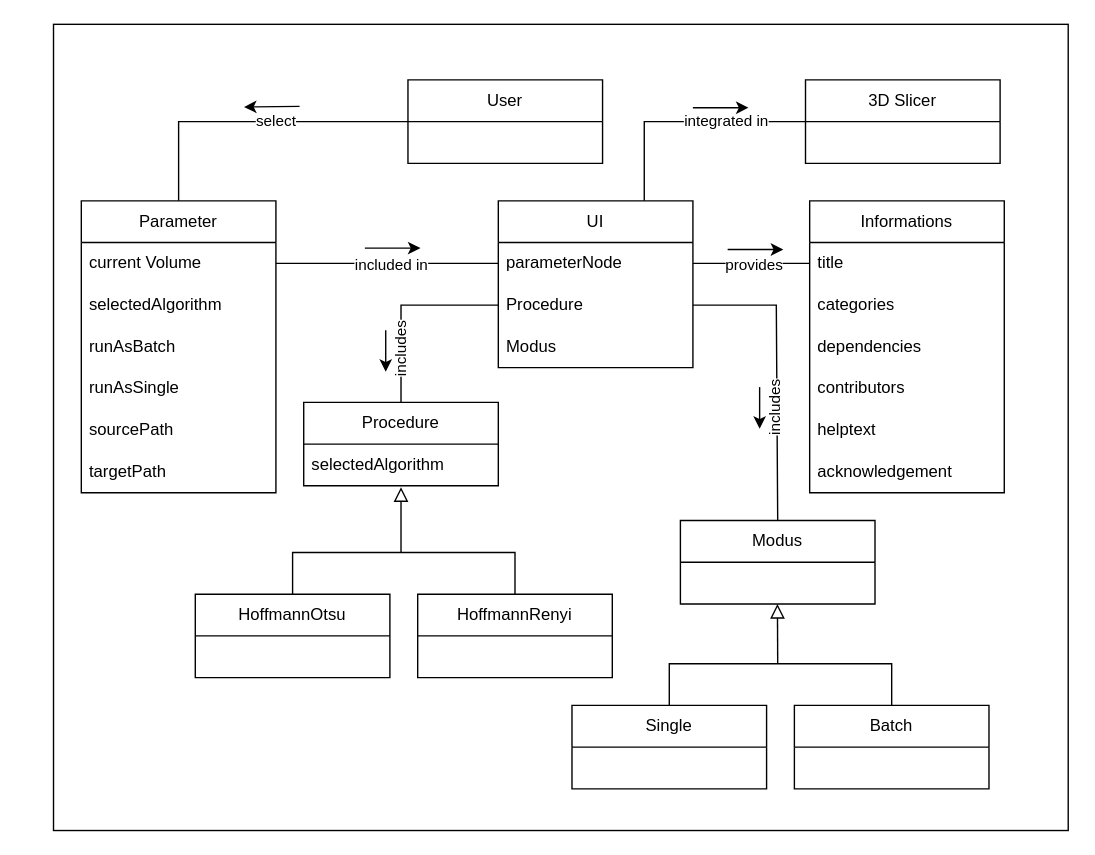
Above: page "Domänenmodell" (2 of 7) of diagrams/3d_slicer_extension-3-3.drawio in lukaskonietzka/abschlussarbeit (draw.io), before the change. Source tidied: cells renumbered, new cells numbered last; positions are measured from the earlier drawing's top-left corner, leaving out a move shared by most shapes. Both pictures are drawn from the tidied source at 139%, with x=0, y=0 at pixel (53, 24).
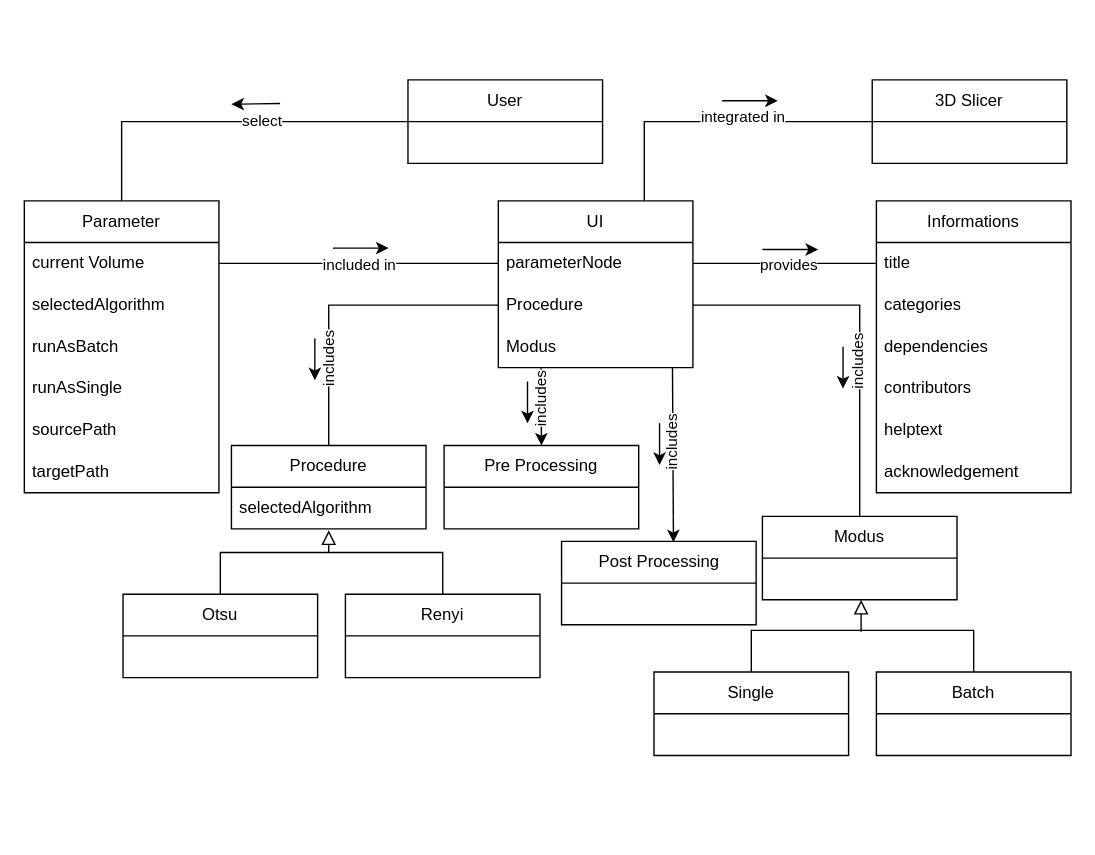
The same diagram, later.

The change refers to these unchanged cells:
```xml
<mxCell id="5" value="Procedure" style="text;strokeColor=none;fillColor=none;align=left;verticalAlign=middle;spacingLeft=4;spacingRight=4;overflow=hidden;points=[[0,0.5],[1,0.5]];portConstraint=eastwest;whiteSpace=wrap;html=1;" parent="3" vertex="1">
  <mxGeometry y="60" width="140" height="30" as="geometry" />
</mxCell>
<mxCell id="6" value="Modus" style="text;strokeColor=none;fillColor=none;align=left;verticalAlign=middle;spacingLeft=4;spacingRight=4;overflow=hidden;points=[[0,0.5],[1,0.5]];portConstraint=eastwest;whiteSpace=wrap;html=1;" parent="3" vertex="1">
  <mxGeometry y="90" width="140" height="30" as="geometry" />
</mxCell>
<mxCell id="25" value="User" style="swimlane;fontStyle=0;horizontal=1;startSize=30;whiteSpace=wrap;html=1;" parent="1" vertex="1">
  <mxGeometry x="255" y="40" width="140" height="60" as="geometry" />
</mxCell>
<mxCell id="31" value="selectedAlgorithm" style="text;strokeColor=none;fillColor=none;align=left;verticalAlign=middle;spacingLeft=4;spacingRight=4;overflow=hidden;points=[[0,0.5],[1,0.5]];portConstraint=eastwest;whiteSpace=wrap;html=1;" parent="30" vertex="1">
  <mxGeometry y="30" width="140" height="30" as="geometry" />
</mxCell>
```

What changed in the source:
```diff
@@
-    <mxCell id="2" style="rounded=0;whiteSpace=wrap;html=1;" parent="1" vertex="1">
-      <mxGeometry width="730" height="580" as="geometry" />
-    </mxCell>
@@
     <mxCell id="7" value="Informations" style="swimlane;fontStyle=0;horizontal=1;startSize=30;whiteSpace=wrap;html=1;" parent="1" vertex="1">
-      <mxGeometry x="544" y="127" width="140" height="210" as="geometry" />
+      <mxGeometry x="592" y="127" width="140" height="210" as="geometry" />
     </mxCell>
@@
     <mxCell id="14" value="Parameter" style="swimlane;fontStyle=0;horizontal=1;startSize=30;whiteSpace=wrap;html=1;" parent="1" vertex="1">
-      <mxGeometry x="20" y="127" width="140" height="210" as="geometry" />
+      <mxGeometry x="-21" y="127" width="140" height="210" as="geometry" />
     </mxCell>
@@
     <mxCell id="26" value="Modus" style="swimlane;fontStyle=0;horizontal=1;startSize=30;whiteSpace=wrap;html=1;" parent="1" vertex="1">
-      <mxGeometry x="451" y="357" width="140" height="60" as="geometry" />
+      <mxGeometry x="510" y="354" width="140" height="60" as="geometry" />
     </mxCell>
     <mxCell id="27" value="Single" style="swimlane;fontStyle=0;horizontal=1;startSize=30;whiteSpace=wrap;html=1;" parent="1" vertex="1">
-      <mxGeometry x="373" y="490" width="140" height="60" as="geometry" />
+      <mxGeometry x="432" y="466" width="140" height="60" as="geometry" />
     </mxCell>
     <mxCell id="28" value="Batch" style="swimlane;fontStyle=0;horizontal=1;startSize=30;whiteSpace=wrap;html=1;" parent="1" vertex="1">
-      <mxGeometry x="533" y="490" width="140" height="60" as="geometry" />
+      <mxGeometry x="592" y="466" width="140" height="60" as="geometry" />
     </mxCell>
     <mxCell id="29" style="endArrow=none;html=1;rounded=0;exitX=0.5;exitY=0;exitDx=0;exitDy=0;entryX=0.5;entryY=0;entryDx=0;entryDy=0;" parent="1" edge="1" source="27" target="28">
       <mxGeometry relative="1" as="geometry">
         <Array as="points">
-          <mxPoint x="443" y="460" />
-          <mxPoint x="603" y="460" />
+          <mxPoint x="502" y="436" />
+          <mxPoint x="662" y="436" />
         </Array>
       </mxGeometry>
     </mxCell>
     <mxCell id="30" value="Procedure" style="swimlane;fontStyle=0;horizontal=1;startSize=30;whiteSpace=wrap;html=1;" parent="1" vertex="1">
-      <mxGeometry x="180" y="272" width="140" height="60" as="geometry" />
+      <mxGeometry x="128" y="303" width="140" height="60" as="geometry" />
     </mxCell>
@@
-    <mxCell id="32" value="HoffmannOtsu" style="swimlane;fontStyle=0;horizontal=1;startSize=30;whiteSpace=wrap;html=1;" parent="1" vertex="1">
-      <mxGeometry x="102" y="410" width="140" height="60" as="geometry" />
+    <mxCell id="32" value="Otsu" style="swimlane;fontStyle=0;horizontal=1;startSize=30;whiteSpace=wrap;html=1;" parent="1" vertex="1">
+      <mxGeometry x="50" y="410" width="140" height="60" as="geometry" />
     </mxCell>
-    <mxCell id="33" value="HoffmannRenyi" style="swimlane;fontStyle=0;horizontal=1;startSize=30;whiteSpace=wrap;html=1;" parent="1" vertex="1">
-      <mxGeometry x="262" y="410" width="140" height="60" as="geometry" />
+    <mxCell id="33" value="Renyi" style="swimlane;fontStyle=0;horizontal=1;startSize=30;whiteSpace=wrap;html=1;" parent="1" vertex="1">
+      <mxGeometry x="210" y="410" width="140" height="60" as="geometry" />
     </mxCell>
     <mxCell id="34" style="endArrow=block;html=1;rounded=0;align=center;verticalAlign=bottom;endFill=0;labelBackgroundColor=none;endSize=8;entryX=0.5;entryY=1.033;entryDx=0;entryDy=0;entryPerimeter=0;" parent="1" edge="1" target="31">
       <mxGeometry relative="1" as="geometry">
-        <mxPoint x="250" y="380" as="sourcePoint" />
+        <mxPoint x="198" y="380" as="sourcePoint" />
       </mxGeometry>
     </mxCell>
@@
     <mxCell id="36" style="endArrow=none;html=1;rounded=0;exitX=0.5;exitY=0;exitDx=0;exitDy=0;entryX=0.5;entryY=0;entryDx=0;entryDy=0;" parent="1" edge="1" source="32" target="33">
       <mxGeometry relative="1" as="geometry">
         <Array as="points">
-          <mxPoint x="172" y="380" />
-          <mxPoint x="332" y="380" />
+          <mxPoint x="120" y="380" />
+          <mxPoint x="280" y="380" />
         </Array>
       </mxGeometry>
     </mxCell>
     <mxCell id="37" style="endArrow=none;html=1;rounded=0;entryX=0;entryY=0.5;entryDx=0;entryDy=0;exitX=0.5;exitY=0;exitDx=0;exitDy=0;" parent="1" edge="1" source="14" target="25">
       <mxGeometry relative="1" as="geometry">
         <Array as="points">
-          <mxPoint x="90" y="70" />
+          <mxPoint x="49" y="70" />
         </Array>
       </mxGeometry>
     </mxCell>
@@
     <mxCell id="39" style="endArrow=none;html=1;rounded=0;exitX=0.5;exitY=0;exitDx=0;exitDy=0;entryX=1;entryY=0.5;entryDx=0;entryDy=0;" parent="1" edge="1" source="26" target="5">
       <mxGeometry relative="1" as="geometry">
         <Array as="points">
-          <mxPoint x="520" y="202" />
+          <mxPoint x="580" y="202" />
         </Array>
       </mxGeometry>
     </mxCell>
@@
     <mxCell id="41" style="endArrow=none;html=1;rounded=0;exitX=0.5;exitY=0;exitDx=0;exitDy=0;entryX=0;entryY=0.5;entryDx=0;entryDy=0;" parent="1" edge="1" source="30" target="5">
       <mxGeometry relative="1" as="geometry">
         <Array as="points">
-          <mxPoint x="250" y="202" />
+          <mxPoint x="198" y="202" />
         </Array>
       </mxGeometry>
     </mxCell>
@@
     <mxCell id="43" value="3D Slicer" style="swimlane;fontStyle=0;horizontal=1;startSize=30;whiteSpace=wrap;html=1;" parent="1" vertex="1">
-      <mxGeometry x="541" y="40" width="140" height="60" as="geometry" />
+      <mxGeometry x="589" y="40" width="140" height="60" as="geometry" />
     </mxCell>
@@
     <mxCell id="46" style="endArrow=classic;html=1;rounded=0;" parent="1" edge="1">
       <mxGeometry relative="1" as="geometry">
-        <mxPoint x="460" y="60" as="sourcePoint" />
-        <mxPoint x="500" y="60" as="targetPoint" />
+        <mxPoint x="481" y="55" as="sourcePoint" />
+        <mxPoint x="521" y="55" as="targetPoint" />
       </mxGeometry>
     </mxCell>
     <mxCell id="47" style="endArrow=classic;html=1;rounded=0;" parent="1" edge="1">
       <mxGeometry relative="1" as="geometry">
-        <mxPoint x="485" y="162" as="sourcePoint" />
-        <mxPoint x="525" y="162" as="targetPoint" />
+        <mxPoint x="510" y="162" as="sourcePoint" />
+        <mxPoint x="550" y="162" as="targetPoint" />
       </mxGeometry>
     </mxCell>
     <mxCell id="48" style="endArrow=classic;html=1;rounded=0;" parent="1" edge="1">
       <mxGeometry relative="1" as="geometry">
-        <mxPoint x="224" y="161" as="sourcePoint" />
-        <mxPoint x="264" y="161" as="targetPoint" />
+        <mxPoint x="201" y="161" as="sourcePoint" />
+        <mxPoint x="241" y="161" as="targetPoint" />
       </mxGeometry>
     </mxCell>
     <mxCell id="49" style="endArrow=classic;html=1;rounded=0;" parent="1" edge="1">
       <mxGeometry relative="1" as="geometry">
-        <mxPoint x="508" y="261" as="sourcePoint" />
-        <mxPoint x="508" y="291" as="targetPoint" />
+        <mxPoint x="568" y="232" as="sourcePoint" />
+        <mxPoint x="568" y="262" as="targetPoint" />
       </mxGeometry>
     </mxCell>
     <mxCell id="50" style="endArrow=classic;html=1;rounded=0;" parent="1" edge="1">
       <mxGeometry relative="1" as="geometry">
-        <mxPoint x="239" y="220" as="sourcePoint" />
-        <mxPoint x="239" y="250" as="targetPoint" />
+        <mxPoint x="188" y="226" as="sourcePoint" />
+        <mxPoint x="188" y="256" as="targetPoint" />
       </mxGeometry>
     </mxCell>
     <mxCell id="51" style="endArrow=classic;html=1;rounded=0;" parent="1" edge="1">
       <mxGeometry relative="1" as="geometry">
-        <mxPoint x="177" y="59" as="sourcePoint" />
-        <mxPoint x="137" y="59.5" as="targetPoint" />
+        <mxPoint x="163" y="57" as="sourcePoint" />
+        <mxPoint x="128" y="57.5" as="targetPoint" />
       </mxGeometry>
     </mxCell>
-    <mxCell id="52" style="endArrow=block;html=1;rounded=0;align=center;verticalAlign=bottom;endFill=0;labelBackgroundColor=none;endSize=8;entryX=0.5;entryY=1.033;entryDx=0;entryDy=0;entryPerimeter=0;" parent="1" edge="1">
+    <mxCell id="52" style="endArrow=block;html=1;rounded=0;align=center;verticalAlign=bottom;endFill=0;labelBackgroundColor=none;endSize=8;" parent="1" edge="1">
       <mxGeometry relative="1" as="geometry">
-        <mxPoint x="521" y="460" as="sourcePoint" />
-        <mxPoint x="520.8" y="417" as="targetPoint" />
+        <mxPoint x="581" y="437" as="sourcePoint" />
+        <mxPoint x="581" y="414" as="targetPoint" />
       </mxGeometry>
     </mxCell>
@@
+    <mxCell id="54" value="Pre Processing" style="swimlane;fontStyle=0;horizontal=1;startSize=30;whiteSpace=wrap;html=1;" parent="1" vertex="1">
+      <mxGeometry x="281" y="303" width="140" height="60" as="geometry" />
+    </mxCell>
+    <mxCell id="55" value="Post Processing" style="swimlane;fontStyle=0;horizontal=1;startSize=30;whiteSpace=wrap;html=1;" parent="1" vertex="1">
+      <mxGeometry x="365.5" y="372" width="140" height="60" as="geometry" />
+    </mxCell>
+    <mxCell id="56" style="endArrow=classic;html=1;exitX=0.895;exitY=0.985;exitDx=0;exitDy=0;exitPerimeter=0;entryX=0.575;entryY=0.01;entryDx=0;entryDy=0;entryPerimeter=0;" parent="1" edge="1" source="6" target="55">
+      <mxGeometry relative="1" as="geometry" />
+    </mxCell>
+    <mxCell id="57" value="includes" style="edgeLabel;html=1;align=center;verticalAlign=middle;rotation=-90;" parent="56" vertex="1">
+      <mxGeometry x="-0.15" relative="1" as="geometry">
+        <mxPoint x="-1" y="1" as="offset" />
+      </mxGeometry>
+    </mxCell>
+    <mxCell id="58" style="endArrow=classic;html=1;entryX=0.5;entryY=0;entryDx=0;entryDy=0;exitX=0.22;exitY=1.013;exitDx=0;exitDy=0;exitPerimeter=0;" parent="1" edge="1" source="6" target="54">
+      <mxGeometry relative="1" as="geometry" />
+    </mxCell>
+    <mxCell id="59" value="includes" style="edgeLabel;html=1;align=center;verticalAlign=middle;rotation=-90;" parent="1" vertex="1">
+      <mxGeometry x="350" y="271" as="geometry" />
+    </mxCell>
+    <mxCell id="60" style="endArrow=classic;html=1;rounded=0;" parent="1" edge="1">
+      <mxGeometry relative="1" as="geometry">
+        <mxPoint x="341" y="257" as="sourcePoint" />
+        <mxPoint x="341" y="287" as="targetPoint" />
+      </mxGeometry>
+    </mxCell>
+    <mxCell id="61" style="endArrow=classic;html=1;rounded=0;" parent="1" edge="1">
+      <mxGeometry relative="1" as="geometry">
+        <mxPoint x="436" y="287" as="sourcePoint" />
+        <mxPoint x="436" y="317" as="targetPoint" />
+      </mxGeometry>
+    </mxCell>
```
